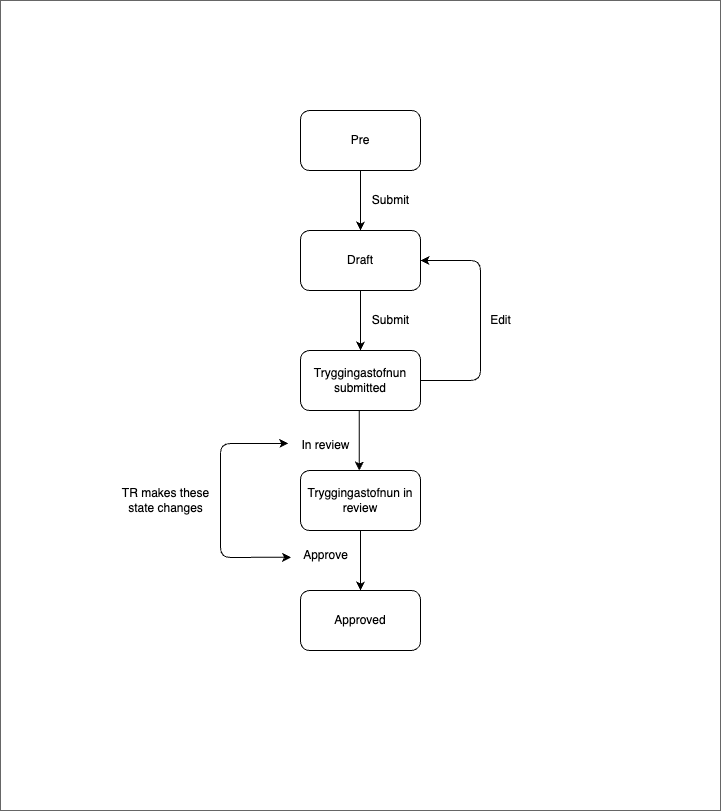
Earlier version of the draw.io export libs/application/templates/social-insurance-administration/income-plan/assets/income-plan-flow-chart.png (island-is/island.is). Source tidied: cells renumbered, new cells last; positions are measured from the earlier drawing's top-left corner, leaving out a move shared by most shapes.
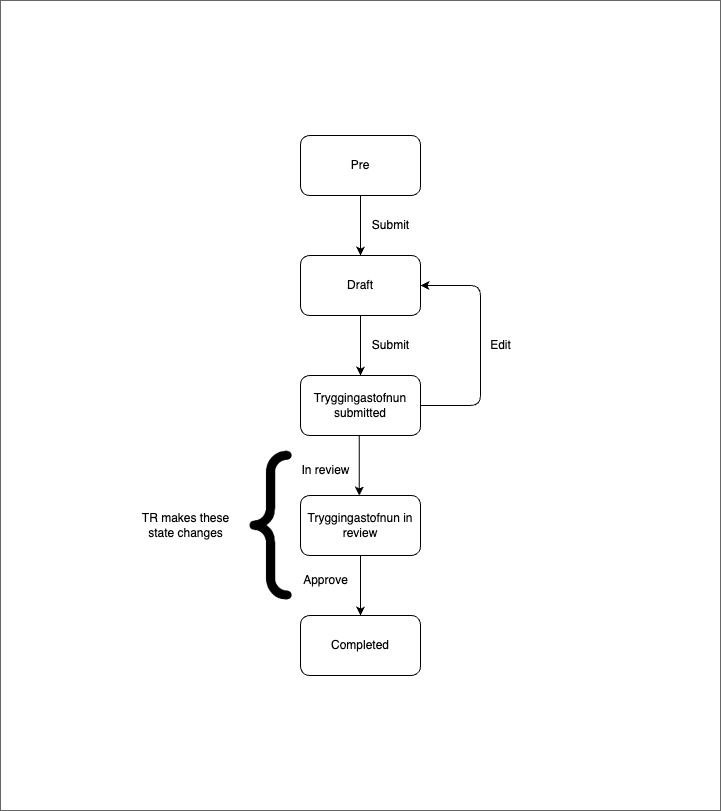
The same file after the commit.

Commit message:
add review and complete state to income plan + feature flag

Change to the diagram source:
```diff
@@ -2,8 +2,8 @@
   <root>
     <mxCell id="0" />
     <mxCell id="1" parent="0" />
-    <mxCell id="2" value="&lt;hr&gt;" style="whiteSpace=wrap;html=1;fillColor=#FFFFFF;gradientColor=none;strokeColor=#666666;" parent="1" vertex="1">
-      <mxGeometry width="720" height="810" as="geometry" />
+    <mxCell id="2" style="whiteSpace=wrap;html=1;fillColor=#FFFFFF;gradientColor=none;strokeColor=#666666;" parent="1" vertex="1">
+      <mxGeometry y="-25" width="720" height="810" as="geometry" />
     </mxCell>
     <mxCell id="3" value="Draft" style="rounded=1;whiteSpace=wrap;html=1;" parent="1" vertex="1">
       <mxGeometry x="300" y="230" width="120" height="60" as="geometry" />
@@ -14,7 +14,7 @@
     <mxCell id="5" value="Tryggingastofnun in review" style="rounded=1;whiteSpace=wrap;html=1;" parent="1" vertex="1">
       <mxGeometry x="300" y="470" width="120" height="60" as="geometry" />
     </mxCell>
-    <mxCell id="6" value="Approved" style="rounded=1;whiteSpace=wrap;html=1;" parent="1" vertex="1">
+    <mxCell id="6" value="Completed" style="rounded=1;whiteSpace=wrap;html=1;" parent="1" vertex="1">
       <mxGeometry x="300" y="590" width="120" height="60" as="geometry" />
     </mxCell>
     <mxCell id="7" value="Submit" style="text;html=1;align=center;verticalAlign=middle;strokeColor=none;fillColor=none;fontColor=#000000;" parent="1" vertex="1">
@@ -23,8 +23,8 @@
     <mxCell id="8" value="Approve" style="text;html=1;align=center;verticalAlign=middle;points=[];strokeColor=none;fillColor=none;fontColor=#000000;" parent="1" vertex="1">
       <mxGeometry x="290" y="540" width="70" height="30" as="geometry" />
     </mxCell>
-    <mxCell id="9" value="TR makes these&lt;br&gt;state changes" style="text;html=1;align=center;verticalAlign=middle;strokeColor=none;fillColor=none;fontColor=#000000;rotation=0;" parent="1" vertex="1">
-      <mxGeometry x="110" y="480" width="110" height="40" as="geometry" />
+    <mxCell id="9" value="TR makes these&lt;br&gt;state changes" style="text;html=1;align=center;verticalAlign=middle;strokeColor=none;fillColor=none;fontColor=#000000;" parent="1" vertex="1">
+      <mxGeometry x="130" y="480" width="110" height="40" as="geometry" />
     </mxCell>
     <mxCell id="10" value="Pre" style="rounded=1;whiteSpace=wrap;html=1;" parent="1" vertex="1">
       <mxGeometry x="300" y="110" width="120" height="60" as="geometry" />
@@ -69,13 +69,8 @@
         <mxPoint x="358.8" y="470" as="targetPoint" />
       </mxGeometry>
     </mxCell>
-    <mxCell id="19" style="endArrow=classic;startArrow=classic;html=1;entryX=0.01;entryY=0.557;entryDx=0;entryDy=0;entryPerimeter=0;exitX=-0.031;exitY=0.433;exitDx=0;exitDy=0;exitPerimeter=0;strokeColor=#000000;" parent="1" edge="1" source="14" target="8">
-      <mxGeometry relative="1" as="geometry">
-        <Array as="points">
-          <mxPoint x="220" y="443" />
-          <mxPoint x="220" y="557" />
-        </Array>
-      </mxGeometry>
-    </mxCell>
+    <mxCell id="20" value="&lt;font style=&quot;font-size: 200px;&quot;&gt;{&lt;/font&gt;" style="text;html=1;align=center;verticalAlign=middle;strokeColor=none;fillColor=none;fontColor=#000000;fontFamily=Courier New;" parent="1" vertex="1">
+      <mxGeometry x="200" y="370" width="140" height="250" as="geometry" />
+    </mxCell>
   </root>
 </mxGraphModel>
```
